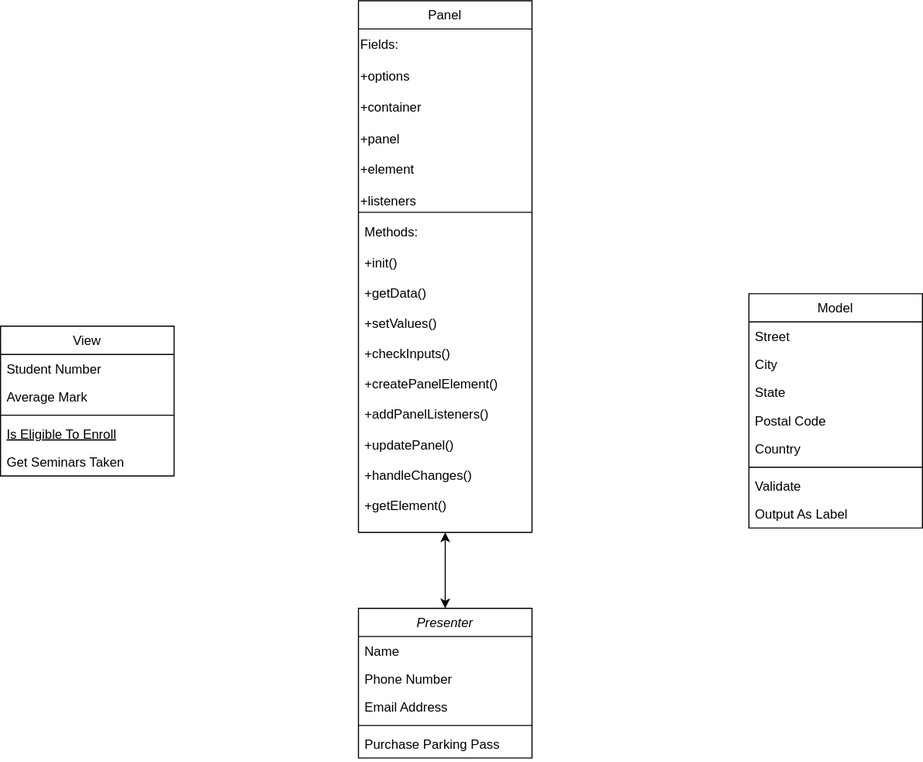
Earlier version of the draw.io export source/Untitled Diagram.svg (shimonevt/FSD-Project-2). Source tidied: cells renumbered, new cells last; positions are measured from the earlier drawing's top-left corner, leaving out a move shared by most shapes.
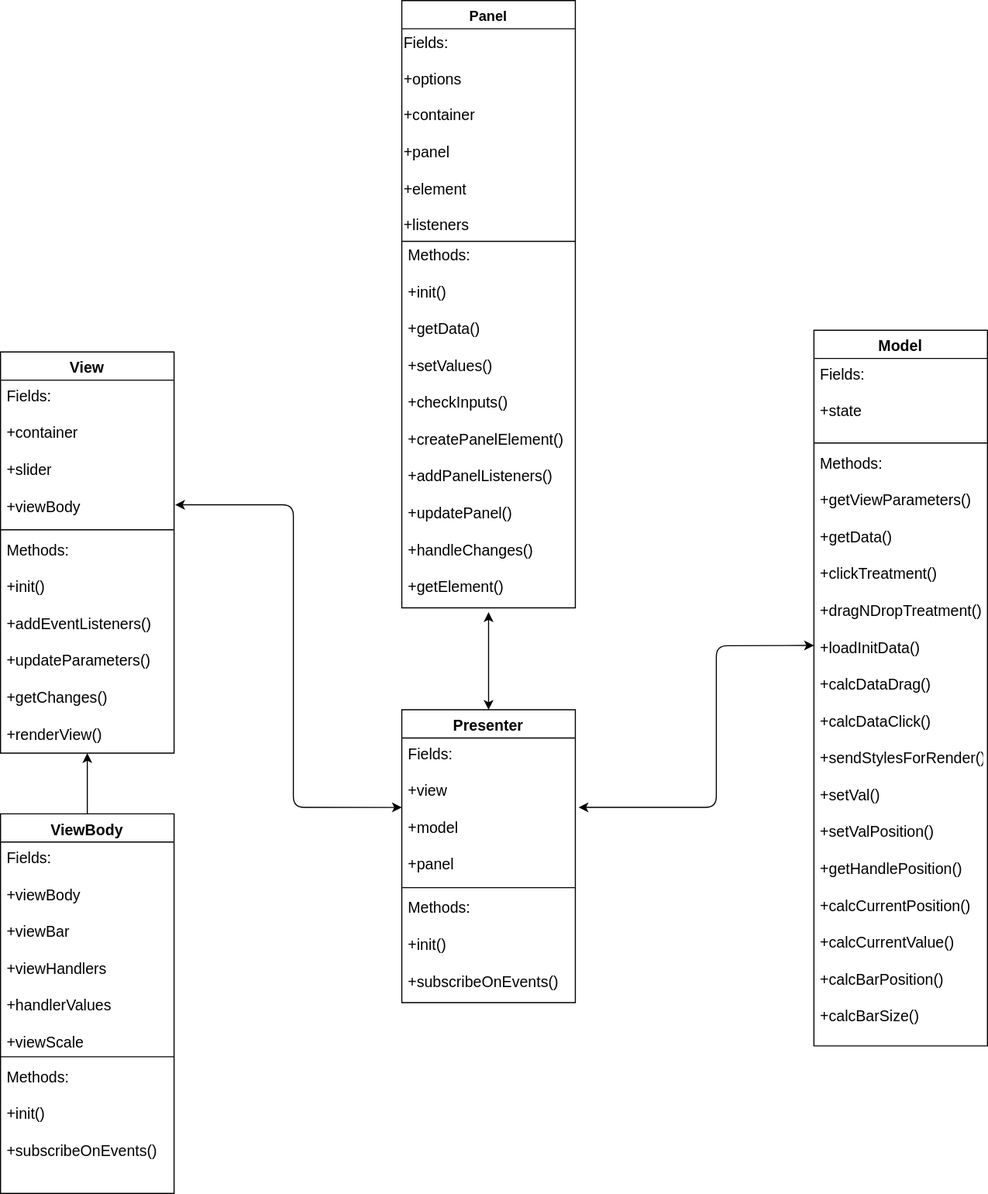
After the commit.

What changed in the source:
```diff
@@ -2,86 +2,97 @@
   <root>
     <mxCell id="0" />
     <mxCell id="1" parent="0" />
-    <mxCell id="2" value="Presenter" style="swimlane;fontStyle=2;align=center;verticalAlign=top;horizontal=1;startSize=26;rounded=0;shadow=0;strokeWidth=1;" parent="1" vertex="1">
-      <mxGeometry x="330" y="560" width="160" height="138" as="geometry" />
+    <mxCell id="2" value="Presenter" style="swimlane;fontStyle=1;align=center;verticalAlign=top;horizontal=1;startSize=26;rounded=0;shadow=0;strokeWidth=1;fontSize=14;" parent="1" vertex="1">
+      <mxGeometry x="660" y="674" width="160" height="270" as="geometry" />
     </mxCell>
-    <mxCell id="3" value="Name" style="text;align=left;verticalAlign=top;spacingLeft=4;spacingRight=4;overflow=hidden;points=[[0,0.5],[1,0.5]];portConstraint=eastwest;" parent="2" vertex="1">
-      <mxGeometry y="26" width="160" height="26" as="geometry" />
+    <mxCell id="3" value="Fields:&#10;&#10;+view&#10;&#10;+model&#10;&#10;+panel" style="text;align=left;verticalAlign=top;spacingLeft=4;spacingRight=4;overflow=hidden;points=[[0,0.5],[1,0.5]];portConstraint=eastwest;fontSize=14;" parent="2" vertex="1">
+      <mxGeometry y="26" width="160" height="134" as="geometry" />
     </mxCell>
-    <mxCell id="4" value="Phone Number" style="text;align=left;verticalAlign=top;spacingLeft=4;spacingRight=4;overflow=hidden;rounded=0;shadow=0;html=0;" parent="2" vertex="1">
-      <mxGeometry y="52" width="160" height="26" as="geometry" />
-    </mxCell>
-    <mxCell id="5" value="Email Address" style="text;align=left;verticalAlign=top;spacingLeft=4;spacingRight=4;overflow=hidden;rounded=0;shadow=0;html=0;" parent="2" vertex="1">
-      <mxGeometry y="78" width="160" height="26" as="geometry" />
-    </mxCell>
     <mxCell id="6" style="line;html=1;strokeWidth=1;align=left;verticalAlign=middle;spacingTop=-1;spacingLeft=3;spacingRight=3;labelPosition=right;" parent="2" vertex="1">
-      <mxGeometry y="104" width="160" height="8" as="geometry" />
+      <mxGeometry y="160" width="160" height="8" as="geometry" />
     </mxCell>
-    <mxCell id="7" value="Purchase Parking Pass" style="text;align=left;verticalAlign=top;spacingLeft=4;spacingRight=4;overflow=hidden;" parent="2" vertex="1">
-      <mxGeometry y="112" width="160" height="26" as="geometry" />
+    <mxCell id="7" value="Methods:&#10;&#10;+init()&#10;&#10;+subscribeOnEvents()" style="text;align=left;verticalAlign=top;spacingLeft=4;spacingRight=4;overflow=hidden;fontSize=14;" parent="2" vertex="1">
+      <mxGeometry y="168" width="160" height="102" as="geometry" />
     </mxCell>
-    <mxCell id="8" value="View" style="swimlane;fontStyle=0;align=center;verticalAlign=top;horizontal=1;startSize=26;rounded=0;shadow=0;strokeWidth=1;" parent="1" vertex="1">
-      <mxGeometry y="300" width="160" height="138" as="geometry" />
+    <mxCell id="8" value="View" style="swimlane;fontStyle=1;align=center;verticalAlign=top;horizontal=1;startSize=26;rounded=0;shadow=0;strokeWidth=1;fontSize=14;" parent="1" vertex="1">
+      <mxGeometry x="290" y="344" width="160" height="370" as="geometry" />
     </mxCell>
-    <mxCell id="9" value="Student Number" style="text;align=left;verticalAlign=top;spacingLeft=4;spacingRight=4;overflow=hidden;" parent="8" vertex="1">
-      <mxGeometry y="26" width="160" height="26" as="geometry" />
+    <mxCell id="9" value="Fields:&#10;&#10;+container&#10;&#10;+slider&#10;&#10;+viewBody" style="text;align=left;verticalAlign=top;spacingLeft=4;spacingRight=4;overflow=hidden;fontSize=14;" parent="8" vertex="1">
+      <mxGeometry y="26" width="160" height="134" as="geometry" />
     </mxCell>
-    <mxCell id="10" value="Average Mark" style="text;align=left;verticalAlign=top;spacingLeft=4;spacingRight=4;overflow=hidden;rounded=0;shadow=0;html=0;" parent="8" vertex="1">
-      <mxGeometry y="52" width="160" height="26" as="geometry" />
-    </mxCell>
     <mxCell id="11" style="line;html=1;strokeWidth=1;align=left;verticalAlign=middle;spacingTop=-1;spacingLeft=3;spacingRight=3;labelPosition=right;" parent="8" vertex="1">
-      <mxGeometry y="78" width="160" height="8" as="geometry" />
+      <mxGeometry y="160" width="160" height="8" as="geometry" />
     </mxCell>
-    <mxCell id="12" value="Is Eligible To Enroll" style="text;align=left;verticalAlign=top;spacingLeft=4;spacingRight=4;overflow=hidden;fontStyle=4;" parent="8" vertex="1">
-      <mxGeometry y="86" width="160" height="26" as="geometry" />
-    </mxCell>
-    <mxCell id="13" value="Get Seminars Taken" style="text;align=left;verticalAlign=top;spacingLeft=4;spacingRight=4;overflow=hidden;" parent="8" vertex="1">
-      <mxGeometry y="112" width="160" height="26" as="geometry" />
+    <mxCell id="13" value="Methods:&#10;&#10;+init()&#10;&#10;+addEventListeners()&#10;&#10;+updateParameters()&#10;&#10;+getChanges()&#10;&#10;+renderView()" style="text;align=left;verticalAlign=top;spacingLeft=4;spacingRight=4;overflow=hidden;fontSize=14;" parent="8" vertex="1">
+      <mxGeometry y="168" width="160" height="202" as="geometry" />
     </mxCell>
-    <mxCell id="14" value="Panel" style="swimlane;fontStyle=0;align=center;verticalAlign=top;horizontal=1;startSize=26;rounded=0;shadow=0;strokeWidth=1;" parent="1" vertex="1">
-      <mxGeometry x="330" width="160" height="490" as="geometry" />
+    <mxCell id="14" value="Panel" style="swimlane;fontStyle=1;align=center;verticalAlign=top;horizontal=1;startSize=26;rounded=0;shadow=0;strokeWidth=1;fontSize=13;" parent="1" vertex="1">
+      <mxGeometry x="660" y="20" width="160" height="560" as="geometry" />
     </mxCell>
-    <mxCell id="15" value="Fields:&lt;br&gt;&lt;br&gt;+options&lt;br&gt;&lt;br&gt;+container&lt;br&gt;&lt;br&gt;+panel&lt;br&gt;&lt;br&gt;+element&lt;br&gt;&lt;br&gt;+listeners" style="text;html=1;strokeColor=none;fillColor=none;align=left;verticalAlign=middle;whiteSpace=wrap;rounded=0;" parent="14" vertex="1">
-      <mxGeometry y="26" width="160" height="174" as="geometry" />
+    <mxCell id="15" value="Fields:&lt;br style=&quot;font-size: 14px;&quot;&gt;&lt;br style=&quot;font-size: 14px;&quot;&gt;+options&lt;br style=&quot;font-size: 14px;&quot;&gt;&lt;br style=&quot;font-size: 14px;&quot;&gt;+container&lt;br style=&quot;font-size: 14px;&quot;&gt;&lt;br style=&quot;font-size: 14px;&quot;&gt;+panel&lt;br style=&quot;font-size: 14px;&quot;&gt;&lt;br style=&quot;font-size: 14px;&quot;&gt;+element&lt;br style=&quot;font-size: 14px;&quot;&gt;&lt;br style=&quot;font-size: 14px;&quot;&gt;+listeners" style="text;html=1;strokeColor=none;fillColor=none;align=left;verticalAlign=middle;whiteSpace=wrap;rounded=0;fontSize=14;" parent="14" vertex="1">
+      <mxGeometry y="26" width="160" height="194" as="geometry" />
     </mxCell>
-    <mxCell id="16" value="Methods:&#10;&#10;+init()&#10;&#10;+getData()&#10;&#10;+setValues()&#10;&#10;+checkInputs()&#10;&#10;+createPanelElement()&#10;&#10;+addPanelListeners()&#10;&#10;+updatePanel()&#10;&#10;+handleChanges()&#10;&#10;+getElement()" style="text;align=left;verticalAlign=top;spacingLeft=4;spacingRight=4;overflow=hidden;" parent="14" vertex="1">
-      <mxGeometry y="200" width="160" height="280" as="geometry" />
+    <mxCell id="16" value="Methods:&#10;&#10;+init()&#10;&#10;+getData()&#10;&#10;+setValues()&#10;&#10;+checkInputs()&#10;&#10;+createPanelElement()&#10;&#10;+addPanelListeners()&#10;&#10;+updatePanel()&#10;&#10;+handleChanges()&#10;&#10;+getElement()" style="text;align=left;verticalAlign=top;spacingLeft=4;spacingRight=4;overflow=hidden;fontSize=14;" parent="14" vertex="1">
+      <mxGeometry y="220" width="160" height="340" as="geometry" />
     </mxCell>
-    <mxCell id="17" value="Model" style="swimlane;fontStyle=0;align=center;verticalAlign=top;horizontal=1;startSize=26;rounded=0;shadow=0;strokeWidth=1;" parent="1" vertex="1">
-      <mxGeometry x="690" y="270" width="160" height="216" as="geometry" />
+    <mxCell id="17" value="Model" style="swimlane;fontStyle=1;align=center;verticalAlign=top;horizontal=1;startSize=26;rounded=0;shadow=0;strokeWidth=1;fontSize=14;" parent="1" vertex="1">
+      <mxGeometry x="1040" y="324" width="160" height="660" as="geometry" />
     </mxCell>
-    <mxCell id="18" value="Street" style="text;align=left;verticalAlign=top;spacingLeft=4;spacingRight=4;overflow=hidden;" parent="17" vertex="1">
-      <mxGeometry y="26" width="160" height="26" as="geometry" />
-    </mxCell>
-    <mxCell id="19" value="City" style="text;align=left;verticalAlign=top;spacingLeft=4;spacingRight=4;overflow=hidden;rounded=0;shadow=0;html=0;" parent="17" vertex="1">
-      <mxGeometry y="52" width="160" height="26" as="geometry" />
-    </mxCell>
-    <mxCell id="20" value="State" style="text;align=left;verticalAlign=top;spacingLeft=4;spacingRight=4;overflow=hidden;rounded=0;shadow=0;html=0;" parent="17" vertex="1">
-      <mxGeometry y="78" width="160" height="26" as="geometry" />
-    </mxCell>
-    <mxCell id="21" value="Postal Code" style="text;align=left;verticalAlign=top;spacingLeft=4;spacingRight=4;overflow=hidden;rounded=0;shadow=0;html=0;" parent="17" vertex="1">
-      <mxGeometry y="104" width="160" height="26" as="geometry" />
+    <mxCell id="21" value="Fields:&#10;&#10;+state" style="text;align=left;verticalAlign=top;spacingLeft=4;spacingRight=4;overflow=hidden;rounded=0;shadow=0;html=0;fontSize=14;" parent="17" vertex="1">
+      <mxGeometry y="26" width="160" height="74" as="geometry" />
     </mxCell>
-    <mxCell id="22" value="Country" style="text;align=left;verticalAlign=top;spacingLeft=4;spacingRight=4;overflow=hidden;rounded=0;shadow=0;html=0;" parent="17" vertex="1">
-      <mxGeometry y="130" width="160" height="26" as="geometry" />
-    </mxCell>
     <mxCell id="23" style="line;html=1;strokeWidth=1;align=left;verticalAlign=middle;spacingTop=-1;spacingLeft=3;spacingRight=3;labelPosition=right;" parent="17" vertex="1">
-      <mxGeometry y="156" width="160" height="8" as="geometry" />
+      <mxGeometry y="100" width="160" height="8" as="geometry" />
     </mxCell>
-    <mxCell id="24" value="Validate" style="text;align=left;verticalAlign=top;spacingLeft=4;spacingRight=4;overflow=hidden;points=[[0,0.5],[1,0.5]];portConstraint=eastwest;" parent="17" vertex="1">
-      <mxGeometry y="164" width="160" height="26" as="geometry" />
+    <mxCell id="24" value="Methods:&#10;&#10;+getViewParameters()&#10;&#10;+getData()&#10;&#10;+clickTreatment()&#10;&#10;+dragNDropTreatment()&#10;&#10;+loadInitData()&#10;&#10;+calcDataDrag()&#10;&#10;+calcDataClick()&#10;&#10;+sendStylesForRender()&#10;&#10;+setVal()&#10;&#10;+setValPosition()&#10;&#10;+getHandlePosition()&#10;&#10;+calcCurrentPosition()&#10;&#10;+calcCurrentValue()&#10;&#10;+calcBarPosition()&#10;&#10;+calcBarSize()" style="text;align=left;verticalAlign=top;spacingLeft=4;spacingRight=4;overflow=hidden;points=[[0,0.5],[1,0.5]];portConstraint=eastwest;fontSize=14;" parent="17" vertex="1">
+      <mxGeometry y="108" width="160" height="542" as="geometry" />
     </mxCell>
-    <mxCell id="25" value="Output As Label" style="text;align=left;verticalAlign=top;spacingLeft=4;spacingRight=4;overflow=hidden;" parent="17" vertex="1">
-      <mxGeometry y="190" width="160" height="26" as="geometry" />
-    </mxCell>
     <mxCell id="26" style="endArrow=none;html=1;" parent="1" edge="1">
       <mxGeometry relative="1" as="geometry">
-        <mxPoint x="330" y="195" as="sourcePoint" />
-        <mxPoint x="490" y="195" as="targetPoint" />
+        <mxPoint x="660" y="242" as="sourcePoint" />
+        <mxPoint x="820" y="242" as="targetPoint" />
       </mxGeometry>
     </mxCell>
-    <mxCell id="27" style="endArrow=classic;startArrow=classic;html=1;exitX=0.5;exitY=0;exitDx=0;exitDy=0;entryX=0.5;entryY=1;entryDx=0;entryDy=0;" parent="1" edge="1" source="2" target="14">
-      <mxGeometry relative="1" as="geometry" />
+    <mxCell id="27" style="endArrow=classic;startArrow=classic;html=1;exitX=0.5;exitY=0;exitDx=0;exitDy=0;entryX=0.5;entryY=1;entryDx=0;entryDy=0;" parent="1" edge="1" source="2">
+      <mxGeometry relative="1" as="geometry">
+        <mxPoint x="740" y="584" as="targetPoint" />
+      </mxGeometry>
     </mxCell>
+    <mxCell id="28" style="endArrow=classic;startArrow=classic;html=1;entryX=0;entryY=0.478;entryDx=0;entryDy=0;entryPerimeter=0;" parent="1" edge="1" target="3">
+      <mxGeometry relative="1" as="geometry">
+        <mxPoint x="451" y="485" as="sourcePoint" />
+        <Array as="points">
+          <mxPoint x="560" y="485" />
+          <mxPoint x="560" y="764" />
+        </Array>
+      </mxGeometry>
+    </mxCell>
+    <mxCell id="29" style="endArrow=classic;startArrow=classic;html=1;entryX=0;entryY=0.337;entryDx=0;entryDy=0;entryPerimeter=0;" parent="1" edge="1" target="24">
+      <mxGeometry relative="1" as="geometry">
+        <mxPoint x="823" y="764" as="sourcePoint" />
+        <Array as="points">
+          <mxPoint x="950" y="764" />
+          <mxPoint x="950" y="615" />
+        </Array>
+      </mxGeometry>
+    </mxCell>
+    <mxCell id="30" style="endArrow=classic;startArrow=classic;html=1;fontSize=14;" parent="1" edge="1">
+      <mxGeometry relative="1" as="geometry">
+        <mxPoint x="370" y="780" as="sourcePoint" />
+        <mxPoint x="370" y="714" as="targetPoint" />
+      </mxGeometry>
+    </mxCell>
+    <mxCell id="31" value="ViewBody" style="swimlane;fontStyle=1;align=center;verticalAlign=top;horizontal=1;startSize=26;rounded=0;shadow=0;strokeWidth=1;fontSize=14;" parent="1" vertex="1">
+      <mxGeometry x="290" y="770" width="160" height="350" as="geometry" />
+    </mxCell>
+    <mxCell id="32" value="Fields:&#10;&#10;+viewBody&#10;&#10;+viewBar&#10;&#10;+viewHandlers&#10;&#10;+handlerValues&#10;&#10;+viewScale" style="text;align=left;verticalAlign=top;spacingLeft=4;spacingRight=4;overflow=hidden;fontSize=14;" parent="31" vertex="1">
+      <mxGeometry y="26" width="160" height="194" as="geometry" />
+    </mxCell>
+    <mxCell id="33" style="line;html=1;strokeWidth=1;align=left;verticalAlign=middle;spacingTop=-1;spacingLeft=3;spacingRight=3;labelPosition=right;" parent="31" vertex="1">
+      <mxGeometry y="220" width="160" height="8" as="geometry" />
+    </mxCell>
+    <mxCell id="34" value="Methods:&#10;&#10;+init()&#10;&#10;+subscribeOnEvents()" style="text;align=left;verticalAlign=top;spacingLeft=4;spacingRight=4;overflow=hidden;fontSize=14;" parent="31" vertex="1">
+      <mxGeometry y="228" width="160" height="102" as="geometry" />
+    </mxCell>
   </root>
 </mxGraphModel>
```
